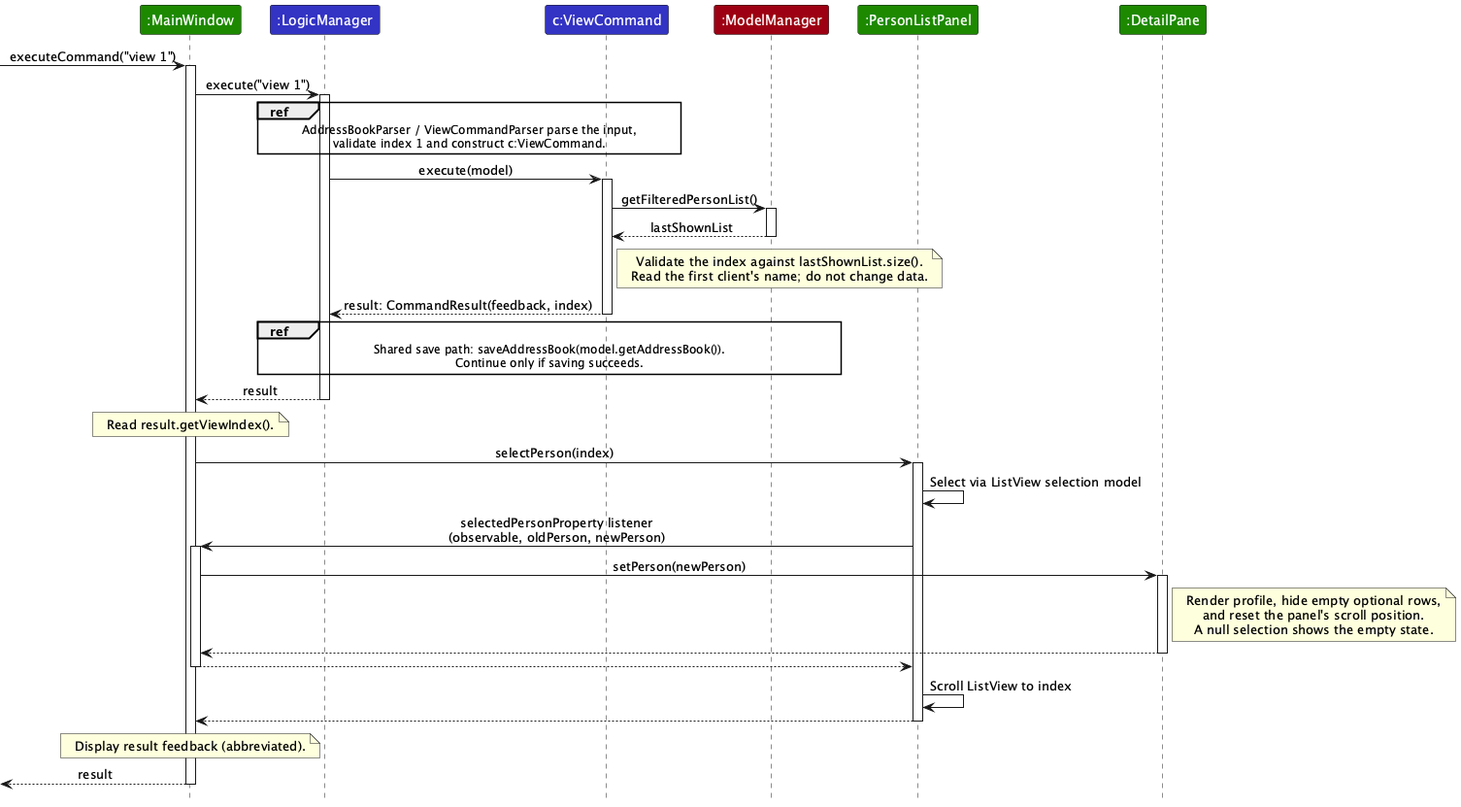
AY2627S1-CS2103T-W09-3/tp keeps this PlantUML diagram as docs/images/ViewSequenceDiagram.png. Above is the earlier version. The source it was exported from:
```plantuml
@startuml
!include style.puml
skinparam ArrowFontStyle plain
skinparam ParticipantFontColor #FFFFFF
hide footbox

participant ":MainWindow" as Window UI_COLOR
participant ":LogicManager" as Logic LOGIC_COLOR
participant "c:ViewCommand" as Command LOGIC_COLOR
participant ":ModelManager" as Model MODEL_COLOR
participant ":PersonListPanel" as List UI_COLOR
participant ":DetailPane" as Detail UI_COLOR

[-> Window : executeCommand("view 1")
activate Window
Window -> Logic : execute("view 1")
activate Logic
ref over Logic, Command
AddressBookParser / ViewCommandParser parse the input,
validate index 1 and construct c:ViewCommand.
end ref
Logic -> Command : execute(model)
activate Command
Command -> Model : getFilteredPersonList()
activate Model
Model --> Command : lastShownList
deactivate Model
note right of Command
Validate the index against lastShownList.size().
Read the first client's name; do not change data.
end note
Command --> Logic : result: CommandResult(feedback, index)
deactivate Command
ref over Logic, Model
Shared save path: saveAddressBook(model.getAddressBook()).
Continue only if saving succeeds.
end ref
Logic --> Window : result
deactivate Logic
note over Window : Read result.getViewIndex().
Window -> List : selectPerson(index)
activate List
List -> List : Select via ListView selection model
List -> Window : selectedPersonProperty listener\n(observable, oldPerson, newPerson)
activate Window
Window -> Detail : setPerson(newPerson)
activate Detail
note right of Detail
Render profile, hide empty optional rows,
and reset the panel's scroll position.
A null selection shows the empty state.
end note
Detail --> Window
deactivate Detail
Window --> List
deactivate Window
List -> List : Scroll ListView to index
List --> Window
deactivate List
note over Window
Display result feedback (abbreviated).
end note
[<-- Window : result
deactivate Window
@enduml
```
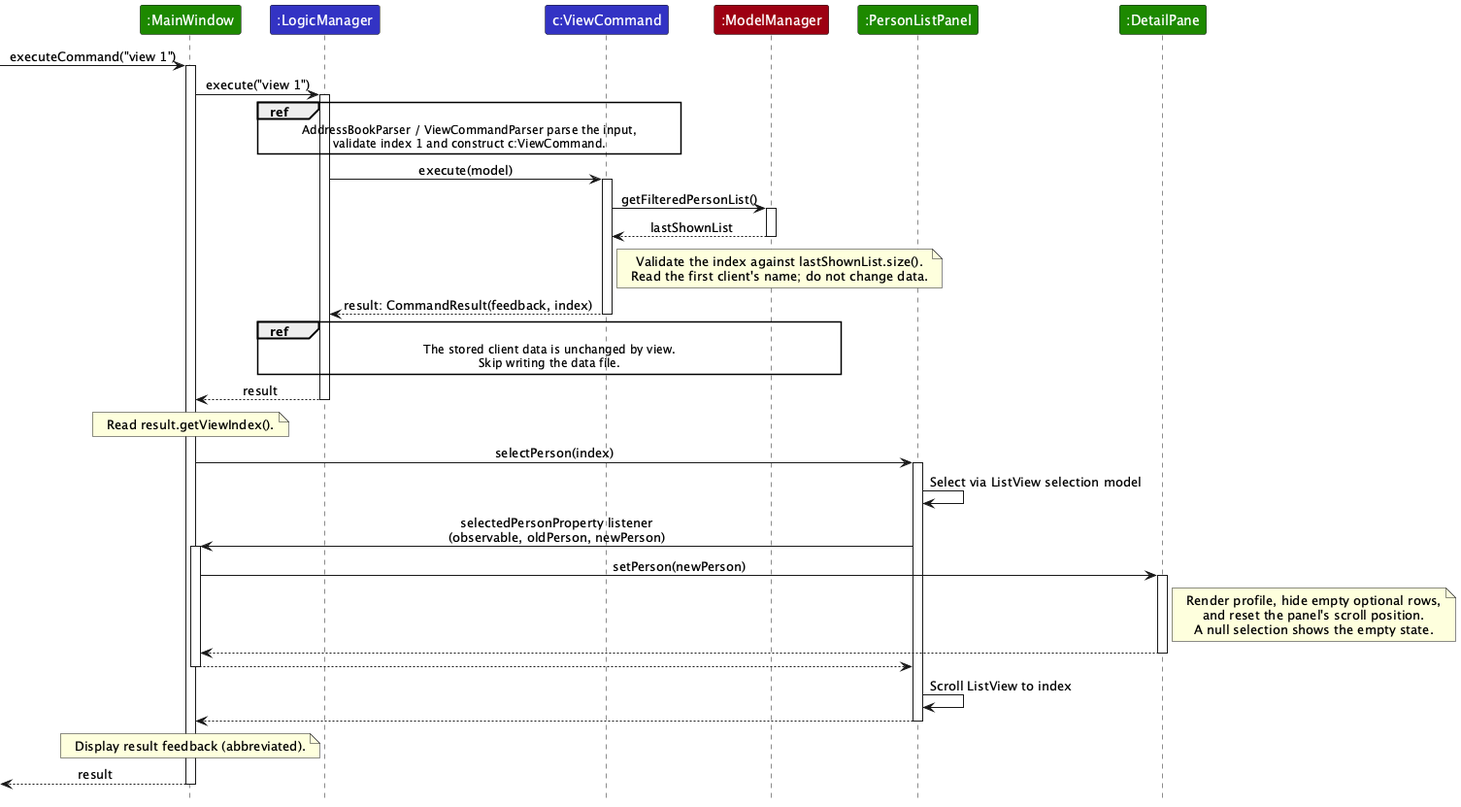
After the commit.

What changed in the source:
```diff
@@ -32,8 +32,8 @@
 Command --> Logic : result: CommandResult(feedback, index)
 deactivate Command
 ref over Logic, Model
-Shared save path: saveAddressBook(model.getAddressBook()).
-Continue only if saving succeeds.
+The stored client data is unchanged by view.
+Skip writing the data file.
 end ref
 Logic --> Window : result
 deactivate Logic
```
